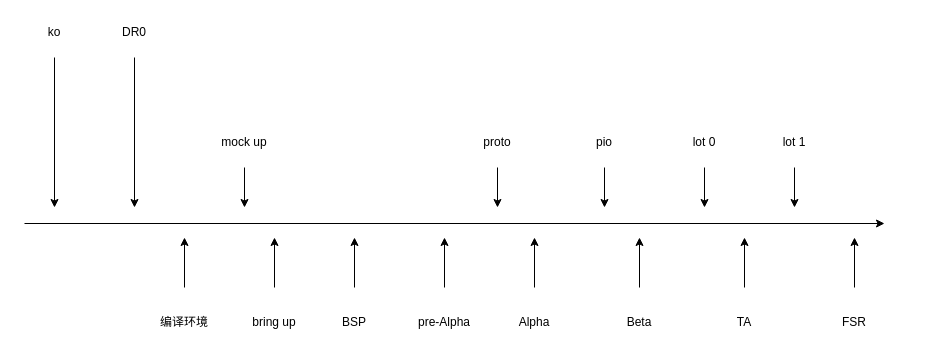
HunterLaugh/img keeps this draw.io diagram as project plan template.drawio. Above is the earlier version. Source tidied: cells renumbered, new cells numbered last; positions are measured from the earlier drawing's top-left corner, leaving out a move shared by most shapes. Both pictures are drawn from the tidied source at 100%, with x=0, y=0 at pixel (24, 17).
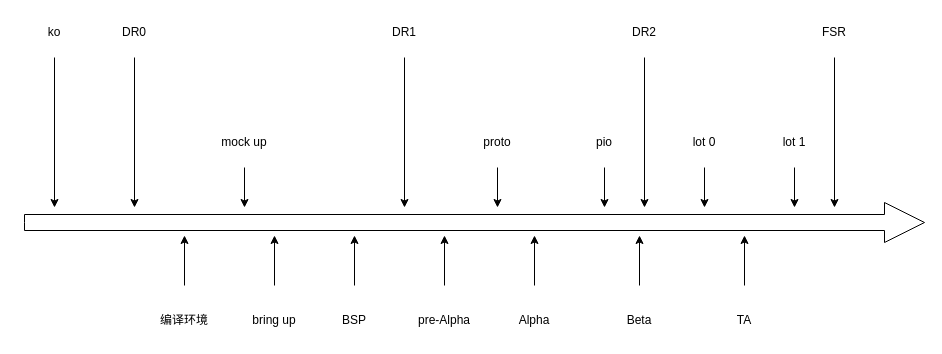
The same page after the edit.

Change to the diagram source:
```diff
@@
-    <mxCell id="2" style="endArrow=classic;html=1;rounded=0;" parent="1" edge="1">
-      <mxGeometry relative="1" as="geometry">
-        <mxPoint y="206" as="sourcePoint" />
-        <mxPoint x="860" y="206" as="targetPoint" />
-      </mxGeometry>
-    </mxCell>
@@
     <mxCell id="4" style="endArrow=classic;html=1;rounded=0;" parent="1" edge="1">
       <mxGeometry relative="1" as="geometry">
-        <mxPoint x="160" y="270" as="sourcePoint" />
-        <mxPoint x="160" y="220" as="targetPoint" />
+        <mxPoint x="160" y="268" as="sourcePoint" />
+        <mxPoint x="160" y="218" as="targetPoint" />
       </mxGeometry>
     </mxCell>
@@
     <mxCell id="6" value="编译环境" style="text;html=1;strokeColor=none;fillColor=none;align=center;verticalAlign=middle;whiteSpace=wrap;rounded=0;" parent="1" vertex="1">
-      <mxGeometry x="130" y="290" width="60" height="30" as="geometry" />
+      <mxGeometry x="130" y="288" width="60" height="30" as="geometry" />
     </mxCell>
@@
     <mxCell id="8" style="endArrow=classic;html=1;rounded=0;" parent="1" edge="1">
       <mxGeometry relative="1" as="geometry">
-        <mxPoint x="250" y="270" as="sourcePoint" />
-        <mxPoint x="250" y="220" as="targetPoint" />
+        <mxPoint x="250" y="268" as="sourcePoint" />
+        <mxPoint x="250" y="218" as="targetPoint" />
       </mxGeometry>
     </mxCell>
     <mxCell id="9" value="bring up" style="text;html=1;strokeColor=none;fillColor=none;align=center;verticalAlign=middle;whiteSpace=wrap;rounded=0;" parent="1" vertex="1">
-      <mxGeometry x="220" y="290" width="60" height="30" as="geometry" />
+      <mxGeometry x="220" y="288" width="60" height="30" as="geometry" />
     </mxCell>
     <mxCell id="10" style="endArrow=classic;html=1;rounded=0;" parent="1" edge="1">
       <mxGeometry relative="1" as="geometry">
-        <mxPoint x="330" y="270" as="sourcePoint" />
-        <mxPoint x="330" y="220" as="targetPoint" />
+        <mxPoint x="330" y="268" as="sourcePoint" />
+        <mxPoint x="330" y="218" as="targetPoint" />
       </mxGeometry>
     </mxCell>
     <mxCell id="11" value="BSP" style="text;html=1;strokeColor=none;fillColor=none;align=center;verticalAlign=middle;whiteSpace=wrap;rounded=0;" parent="1" vertex="1">
-      <mxGeometry x="300" y="290" width="60" height="30" as="geometry" />
+      <mxGeometry x="300" y="288" width="60" height="30" as="geometry" />
     </mxCell>
     <mxCell id="12" style="endArrow=classic;html=1;rounded=0;" parent="1" edge="1">
       <mxGeometry relative="1" as="geometry">
-        <mxPoint x="420" y="270" as="sourcePoint" />
-        <mxPoint x="420" y="220" as="targetPoint" />
+        <mxPoint x="420" y="268" as="sourcePoint" />
+        <mxPoint x="420" y="218" as="targetPoint" />
       </mxGeometry>
     </mxCell>
     <mxCell id="13" value="pre-Alpha" style="text;html=1;strokeColor=none;fillColor=none;align=center;verticalAlign=middle;whiteSpace=wrap;rounded=0;" parent="1" vertex="1">
-      <mxGeometry x="390" y="290" width="60" height="30" as="geometry" />
+      <mxGeometry x="390" y="288" width="60" height="30" as="geometry" />
     </mxCell>
     <mxCell id="14" style="endArrow=classic;html=1;rounded=0;" parent="1" edge="1">
       <mxGeometry relative="1" as="geometry">
-        <mxPoint x="510" y="270" as="sourcePoint" />
-        <mxPoint x="510" y="220" as="targetPoint" />
+        <mxPoint x="510" y="268" as="sourcePoint" />
+        <mxPoint x="510" y="218" as="targetPoint" />
       </mxGeometry>
     </mxCell>
     <mxCell id="15" value="Alpha" style="text;html=1;strokeColor=none;fillColor=none;align=center;verticalAlign=middle;whiteSpace=wrap;rounded=0;" parent="1" vertex="1">
-      <mxGeometry x="480" y="290" width="60" height="30" as="geometry" />
+      <mxGeometry x="480" y="288" width="60" height="30" as="geometry" />
     </mxCell>
     <mxCell id="16" style="endArrow=classic;html=1;rounded=0;" parent="1" edge="1">
       <mxGeometry relative="1" as="geometry">
-        <mxPoint x="615" y="270" as="sourcePoint" />
-        <mxPoint x="615" y="220" as="targetPoint" />
+        <mxPoint x="615" y="268" as="sourcePoint" />
+        <mxPoint x="615" y="218" as="targetPoint" />
       </mxGeometry>
     </mxCell>
     <mxCell id="17" value="Beta" style="text;html=1;strokeColor=none;fillColor=none;align=center;verticalAlign=middle;whiteSpace=wrap;rounded=0;" parent="1" vertex="1">
-      <mxGeometry x="585" y="290" width="60" height="30" as="geometry" />
+      <mxGeometry x="585" y="288" width="60" height="30" as="geometry" />
     </mxCell>
     <mxCell id="18" style="endArrow=classic;html=1;rounded=0;" parent="1" edge="1">
       <mxGeometry relative="1" as="geometry">
-        <mxPoint x="720" y="270" as="sourcePoint" />
-        <mxPoint x="720" y="220" as="targetPoint" />
+        <mxPoint x="720" y="268" as="sourcePoint" />
+        <mxPoint x="720" y="218" as="targetPoint" />
       </mxGeometry>
     </mxCell>
     <mxCell id="19" value="TA" style="text;html=1;strokeColor=none;fillColor=none;align=center;verticalAlign=middle;whiteSpace=wrap;rounded=0;" parent="1" vertex="1">
-      <mxGeometry x="690" y="290" width="60" height="30" as="geometry" />
+      <mxGeometry x="690" y="288" width="60" height="30" as="geometry" />
     </mxCell>
-    <mxCell id="20" style="endArrow=classic;html=1;rounded=0;" parent="1" edge="1">
-      <mxGeometry relative="1" as="geometry">
-        <mxPoint x="830" y="270" as="sourcePoint" />
-        <mxPoint x="830" y="220" as="targetPoint" />
-      </mxGeometry>
-    </mxCell>
-    <mxCell id="21" value="FSR" style="text;html=1;strokeColor=none;fillColor=none;align=center;verticalAlign=middle;whiteSpace=wrap;rounded=0;" parent="1" vertex="1">
-      <mxGeometry x="800" y="290" width="60" height="30" as="geometry" />
-    </mxCell>
@@
+    <mxCell id="33" style="endArrow=classic;html=1;rounded=0;" parent="1" edge="1">
+      <mxGeometry relative="1" as="geometry">
+        <mxPoint x="380" y="40" as="sourcePoint" />
+        <mxPoint x="380" y="190" as="targetPoint" />
+      </mxGeometry>
+    </mxCell>
+    <mxCell id="34" value="DR1" style="text;html=1;strokeColor=none;fillColor=none;align=center;verticalAlign=middle;whiteSpace=wrap;rounded=0;" parent="1" vertex="1">
+      <mxGeometry x="350" width="60" height="30" as="geometry" />
+    </mxCell>
+    <mxCell id="35" style="endArrow=classic;html=1;rounded=0;" parent="1" edge="1">
+      <mxGeometry relative="1" as="geometry">
+        <mxPoint x="620" y="40" as="sourcePoint" />
+        <mxPoint x="620" y="190" as="targetPoint" />
+      </mxGeometry>
+    </mxCell>
+    <mxCell id="36" value="DR2" style="text;html=1;strokeColor=none;fillColor=none;align=center;verticalAlign=middle;whiteSpace=wrap;rounded=0;" parent="1" vertex="1">
+      <mxGeometry x="590" width="60" height="30" as="geometry" />
+    </mxCell>
+    <mxCell id="37" style="endArrow=classic;html=1;rounded=0;" parent="1" edge="1">
+      <mxGeometry relative="1" as="geometry">
+        <mxPoint x="810" y="40" as="sourcePoint" />
+        <mxPoint x="810" y="190" as="targetPoint" />
+      </mxGeometry>
+    </mxCell>
+    <mxCell id="21" value="FSR" style="text;html=1;strokeColor=none;fillColor=none;align=center;verticalAlign=middle;whiteSpace=wrap;rounded=0;" parent="1" vertex="1">
+      <mxGeometry x="780" width="60" height="30" as="geometry" />
+    </mxCell>
+    <mxCell id="38" style="html=1;shadow=0;dashed=0;align=center;verticalAlign=middle;shape=mxgraph.arrows2.arrow;dy=0.6;dx=40;notch=0;" parent="1" vertex="1">
+      <mxGeometry y="185" width="900" height="40" as="geometry" />
+    </mxCell>
```
